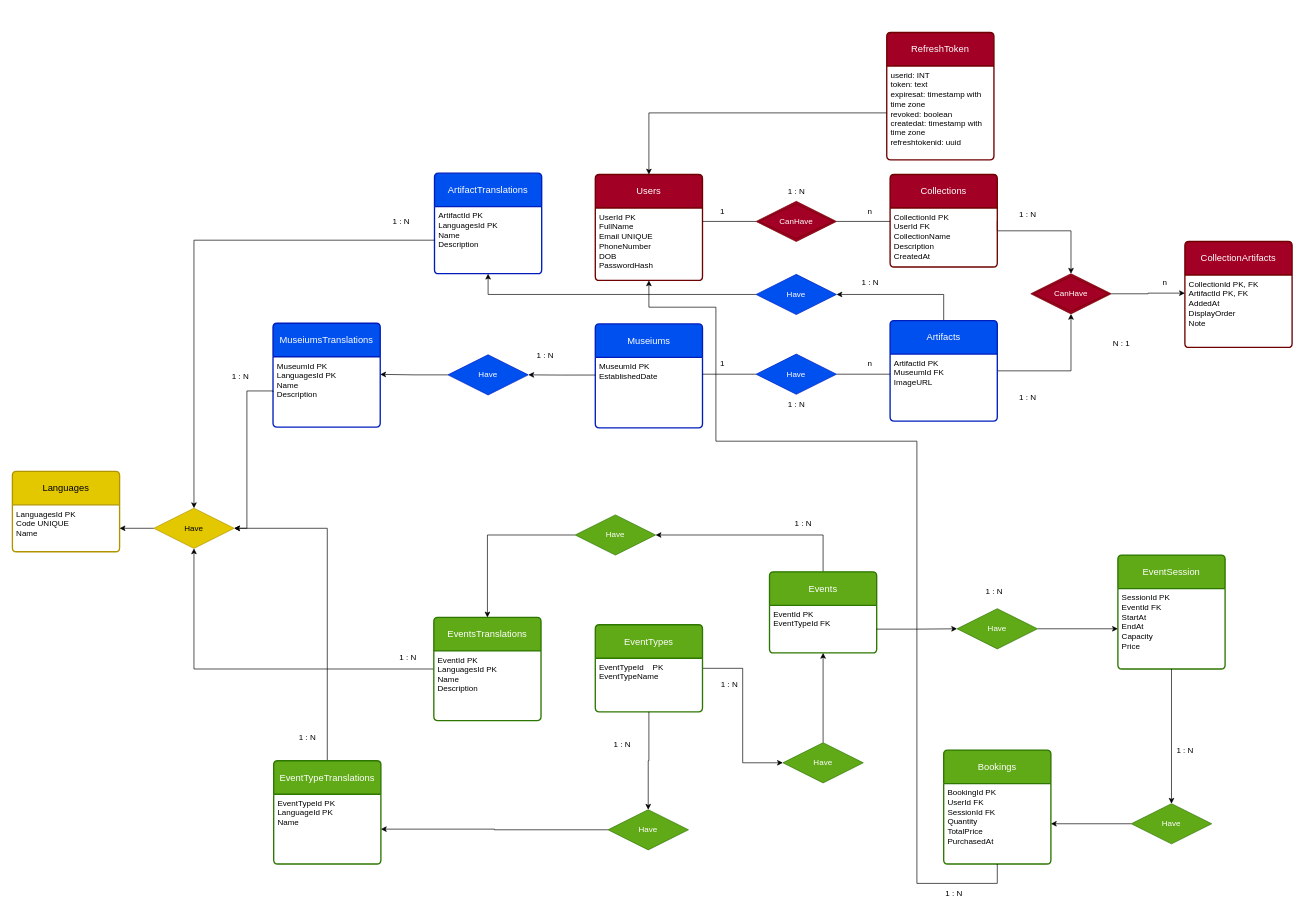
Above: LoghanteDOC/ERD/LoghanteDB_MultiLang_V1.1.0.drawio in iXZed026/Loghante-Project (draw.io), before the change. Source tidied: cells renumbered, new cells numbered last; positions are measured from the earlier drawing's top-left corner, leaving out a move shared by most shapes. Both pictures are drawn from the tidied source at 67%, with x=0, y=0 at pixel (12, 32).
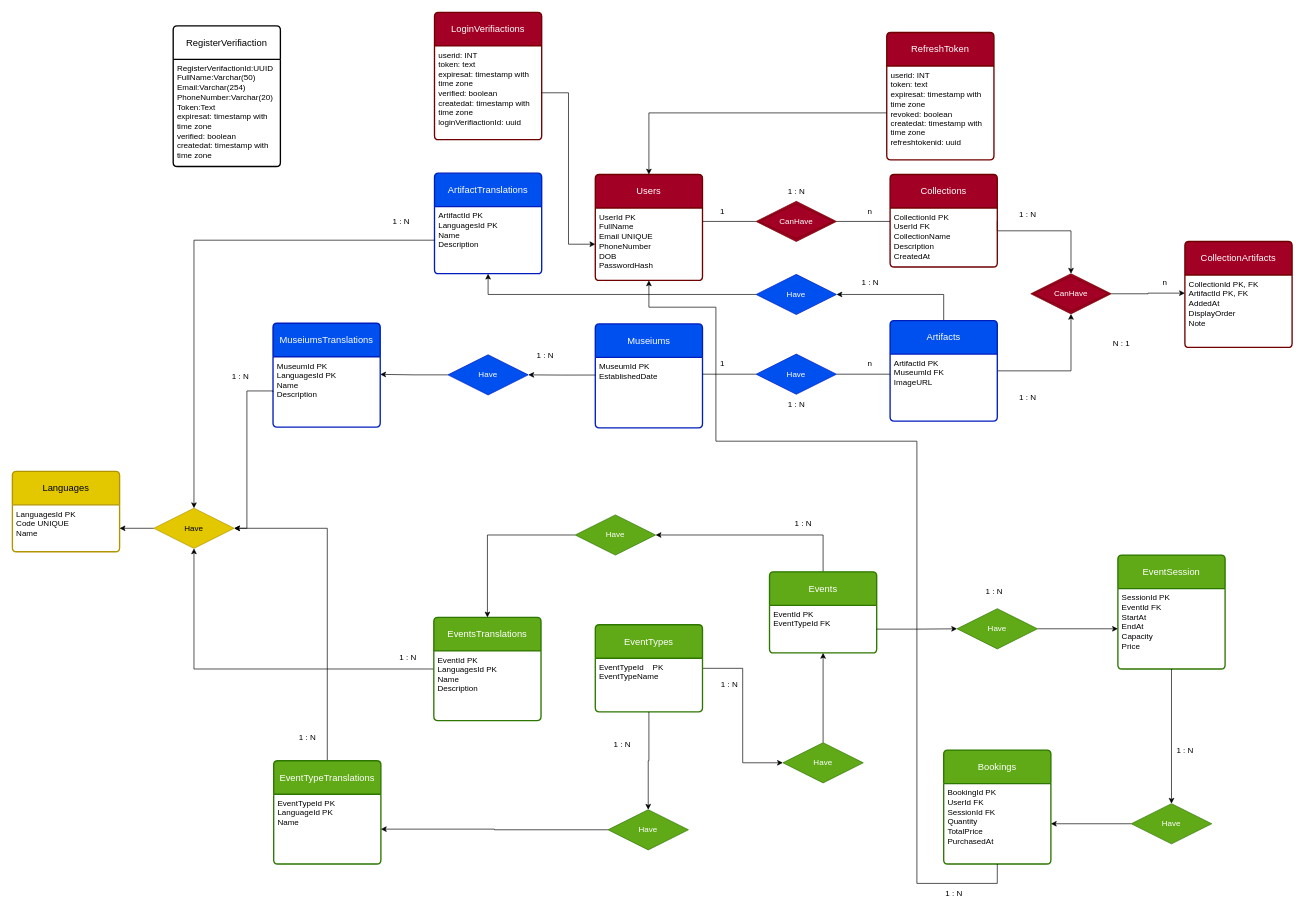
After the change.

Unchanged cells that the change refers to:
```xml
<mxCell id="3" value="UserId PK&lt;br/&gt;FullName&lt;br/&gt;Email UNIQUE&lt;br/&gt;PhoneNumber&lt;br/&gt;DOB&lt;br/&gt;PasswordHash" style="align=left;strokeColor=none;fillColor=none;spacingLeft=4;spacingRight=4;fontSize=12;verticalAlign=top;html=1;whiteSpace=wrap;" parent="2" vertex="1">
  <mxGeometry y="50" width="160" height="108" as="geometry" />
</mxCell>
```

Change to the diagram source:
```diff
@@
+    <mxCell id="93" value="LoginVerifiactions" style="swimlane;horizontal=1;startSize=50;rounded=1;fontSize=14;fontStyle=0;strokeWidth=2;shadow=0;dashed=0;align=center;arcSize=4;whiteSpace=wrap;html=1;fillColor=#a20025;fontColor=#ffffff;strokeColor=#6F0000;" parent="1" vertex="1">
+      <mxGeometry x="630" y="-30" width="160" height="190" as="geometry" />
+    </mxCell>
+    <mxCell id="94" value="&lt;div&gt;userid: INT&lt;/div&gt;&lt;div&gt;token: text&lt;/div&gt;&lt;div&gt;expiresat: timestamp with time zone&lt;/div&gt;&lt;div&gt;verified: boolean&lt;/div&gt;&lt;div&gt;createdat: timestamp with time zone&lt;/div&gt;&lt;div&gt;loginVerifiactionId: uuid&lt;/div&gt;" style="align=left;strokeColor=none;fillColor=none;spacingLeft=4;spacingRight=4;fontSize=12;verticalAlign=top;html=1;whiteSpace=wrap;" parent="93" vertex="1">
+      <mxGeometry y="50" width="160" height="140" as="geometry" />
+    </mxCell>
+    <mxCell id="95" style="edgeStyle=orthogonalEdgeStyle;rounded=0;jettySize=auto;html=1;exitX=1;exitY=0.5;exitDx=0;exitDy=0;entryX=0;entryY=0.5;entryDx=0;entryDy=0;" parent="1" edge="1" source="94" target="3">
+      <mxGeometry relative="1" as="geometry" />
+    </mxCell>
+    <mxCell id="96" value="RegisterVerifiaction" style="swimlane;horizontal=1;startSize=50;rounded=1;fontSize=14;fontStyle=0;strokeWidth=2;shadow=0;dashed=0;align=center;arcSize=4;whiteSpace=wrap;html=1;" parent="1" vertex="1">
+      <mxGeometry x="240" y="-10" width="160" height="210" as="geometry" />
+    </mxCell>
+    <mxCell id="97" value="RegisterVerifactionId:UUID&lt;br&gt;FullName:Varchar(50)&lt;br&gt;Email:Varchar(254)&lt;br&gt;PhoneNumber:Varchar(20)&lt;br&gt;Token:Text&lt;br&gt;expiresat: timestamp with time zone&lt;br&gt;&lt;div&gt;verified: boolean&lt;/div&gt;&lt;div&gt;createdat: timestamp with time zone&lt;/div&gt;" style="align=left;strokeColor=none;fillColor=none;spacingLeft=4;spacingRight=4;fontSize=12;verticalAlign=top;html=1;whiteSpace=wrap;" parent="96" vertex="1">
+      <mxGeometry y="50" width="160" height="160" as="geometry" />
+    </mxCell>
```
